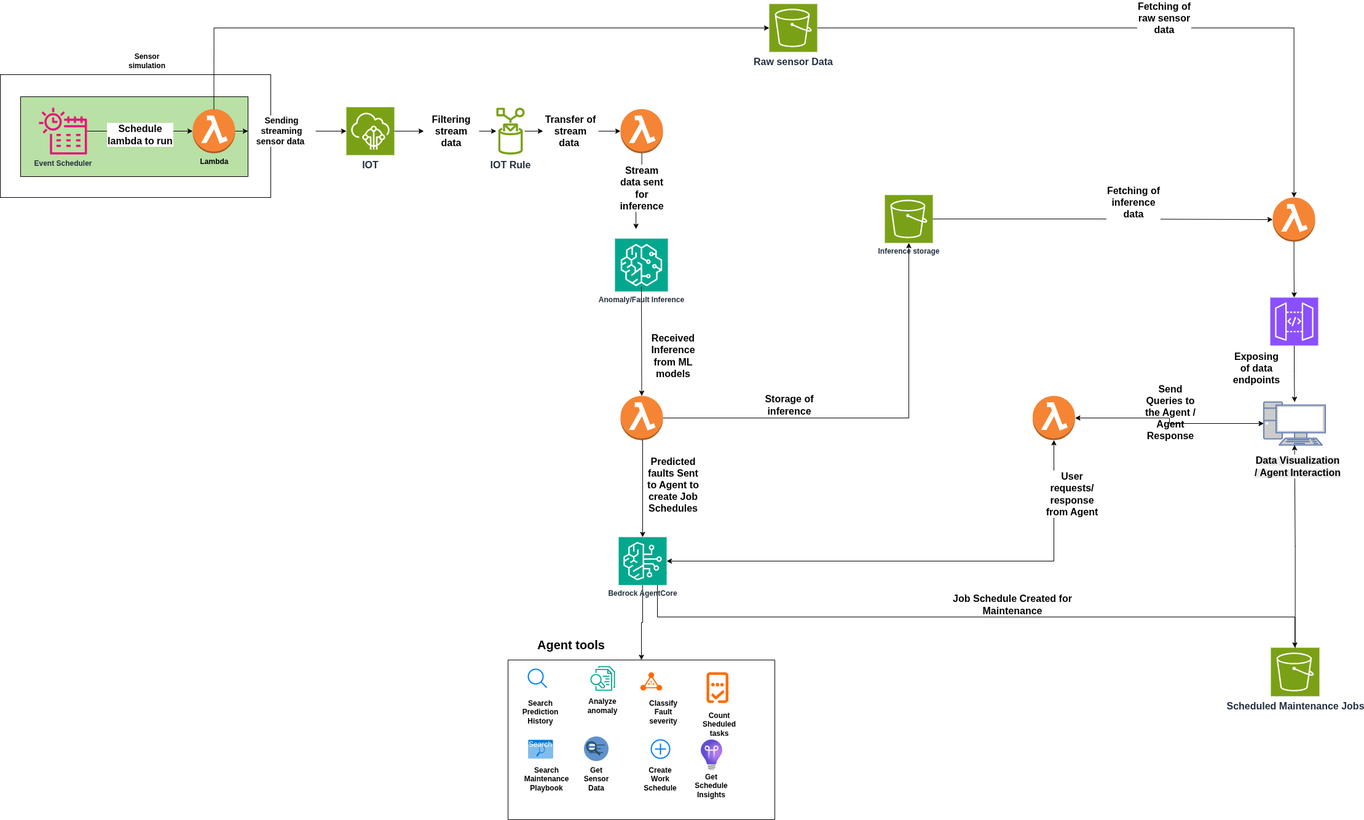
This is ReLU.drawio.png from Lay-ke/IoT_Project_Team_ReLU, a draw.io export, as it was before one commit. Source tidied: cells renumbered, new cells last; positions are measured from the earlier drawing's top-left corner, leaving out a move shared by most shapes.
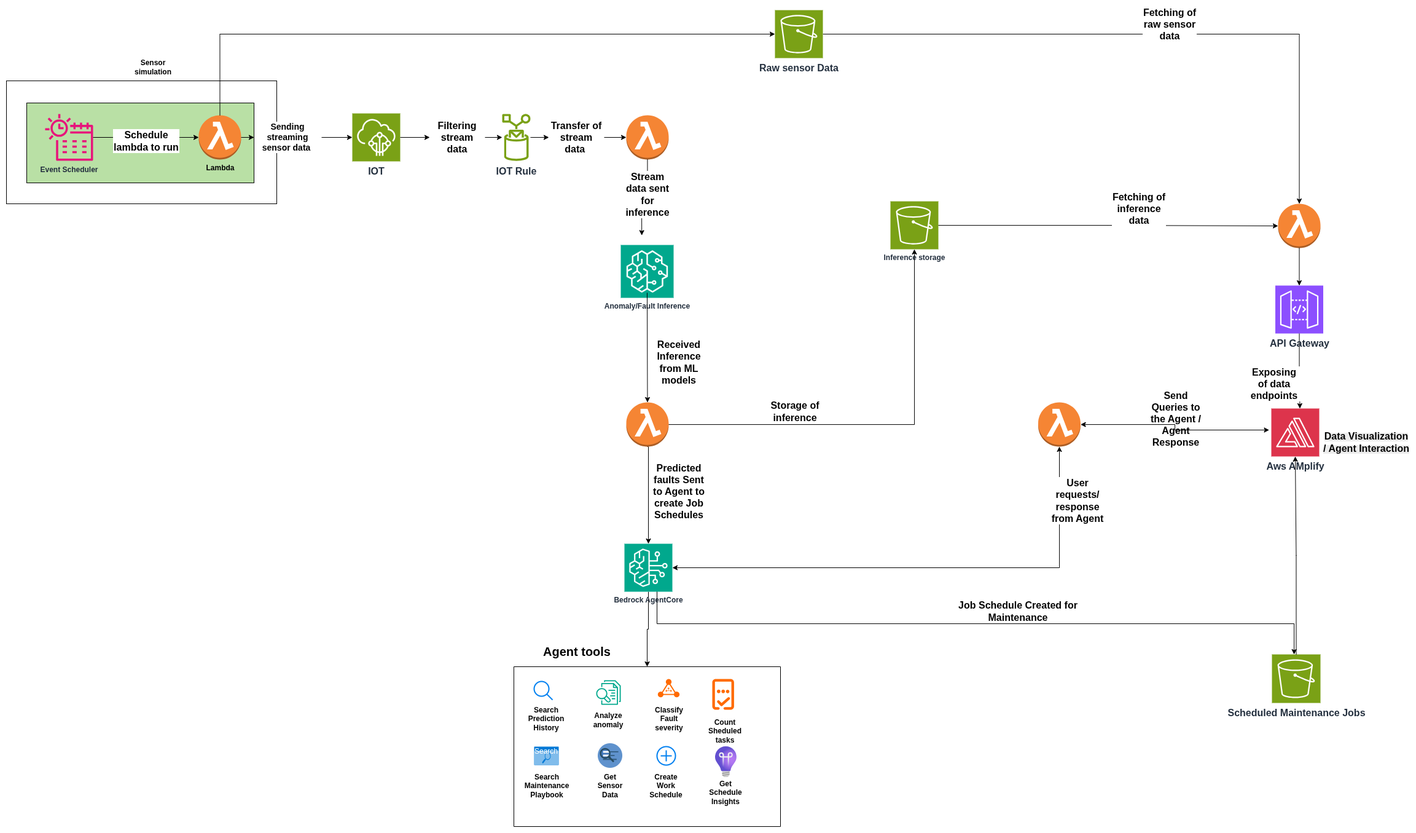
Above is the later version.

What changed in the source:
```diff
@@ -8,12 +8,14 @@
     <mxCell id="3" style="edgeStyle=orthogonalEdgeStyle;rounded=0;jettySize=auto;html=1;entryX=0.5;entryY=0;entryDx=0;entryDy=0;" parent="1" edge="1" source="5" target="56">
       <mxGeometry relative="1" as="geometry" />
     </mxCell>
-    <mxCell id="4" style="edgeStyle=orthogonalEdgeStyle;rounded=0;jettySize=auto;html=1;exitX=1;exitY=0.75;exitDx=0;exitDy=0;exitPerimeter=0;" parent="1" edge="1" source="5" target="40">
+    <mxCell id="4" style="edgeStyle=orthogonalEdgeStyle;rounded=0;orthogonalLoop=1;jettySize=auto;html=1;exitX=1;exitY=0.75;exitDx=0;exitDy=0;exitPerimeter=0;" parent="1" edge="1">
       <mxGeometry relative="1" as="geometry">
+        <mxPoint x="1074" y="926.5" as="sourcePoint" />
+        <mxPoint x="2096.1" y="1048" as="targetPoint" />
         <Array as="points">
-          <mxPoint x="1069" y="927" />
-          <mxPoint x="1069" y="998" />
-          <mxPoint x="2106" y="998" />
+          <mxPoint x="1059" y="927" />
+          <mxPoint x="1059" y="998" />
+          <mxPoint x="2096" y="998" />
         </Array>
       </mxGeometry>
     </mxCell>
@@ -83,9 +85,6 @@
     <mxCell id="24" style="outlineConnect=0;dashed=0;verticalLabelPosition=bottom;verticalAlign=top;align=center;html=1;shape=mxgraph.aws3.lambda_function;fillColor=#F58534;gradientColor=none;" parent="1" vertex="1">
       <mxGeometry x="1679.5" y="638" width="69" height="72" as="geometry" />
     </mxCell>
-    <mxCell id="25" style="fontColor=#0066CC;verticalAlign=top;verticalLabelPosition=bottom;labelPosition=center;align=center;html=1;outlineConnect=0;fillColor=#CCCCCC;strokeColor=#6881B3;gradientColor=none;gradientDirection=north;strokeWidth=2;shape=mxgraph.networks.pc;" parent="1" vertex="1">
-      <mxGeometry x="2055.5" y="648" width="100" height="70" as="geometry" />
-    </mxCell>
     <mxCell id="26" style="edgeStyle=orthogonalEdgeStyle;rounded=0;jettySize=auto;html=1;entryX=0.479;entryY=-0.009;entryDx=0;entryDy=0;entryPerimeter=0;" parent="1" edge="1" source="6" target="27">
       <mxGeometry relative="1" as="geometry" />
     </mxCell>
@@ -132,8 +131,10 @@
         </Array>
       </mxGeometry>
     </mxCell>
-    <mxCell id="37" style="edgeStyle=orthogonalEdgeStyle;rounded=0;jettySize=auto;html=1;entryX=0;entryY=0.5;entryDx=0;entryDy=0;entryPerimeter=0;startArrow=classic;startFill=1;endArrow=classic;endFill=1;" parent="1" edge="1" source="24" target="25">
-      <mxGeometry relative="1" as="geometry" />
+    <mxCell id="37" style="edgeStyle=orthogonalEdgeStyle;rounded=0;jettySize=auto;html=1;entryX=0;entryY=0.5;entryDx=0;entryDy=0;entryPerimeter=0;startArrow=classic;startFill=1;endArrow=classic;endFill=1;" parent="1" edge="1" source="24">
+      <mxGeometry relative="1" as="geometry">
+        <mxPoint x="2055.5" y="683" as="targetPoint" />
+      </mxGeometry>
     </mxCell>
     <mxCell id="38" style="edgeStyle=orthogonalEdgeStyle;rounded=0;jettySize=auto;html=1;entryX=0.5;entryY=1;entryDx=0;entryDy=0;entryPerimeter=0;exitX=1;exitY=0.5;exitDx=0;exitDy=0;exitPerimeter=0;startArrow=classic;startFill=1;" parent="1" edge="1" source="5" target="24">
       <mxGeometry relative="1" as="geometry">
@@ -146,11 +147,8 @@
       <mxGeometry x="1699" y="783" width="90" height="30" as="geometry" />
     </mxCell>
     <mxCell id="40" value="&lt;b&gt;&lt;font style=&quot;font-size: 16px;&quot;&gt;Scheduled Maintenance Jobs&lt;/font&gt;&lt;/b&gt;" style="sketch=0;points=[[0,0,0],[0.25,0,0],[0.5,0,0],[0.75,0,0],[1,0,0],[0,1,0],[0.25,1,0],[0.5,1,0],[0.75,1,0],[1,1,0],[0,0.25,0],[0,0.5,0],[0,0.75,0],[1,0.25,0],[1,0.5,0],[1,0.75,0]];outlineConnect=0;fontColor=#232F3E;fillColor=#7AA116;strokeColor=#ffffff;dashed=0;verticalLabelPosition=bottom;verticalAlign=top;align=center;html=1;fontSize=12;fontStyle=0;shape=mxgraph.aws4.resourceIcon;resIcon=mxgraph.aws4.s3;" parent="1" vertex="1">
-      <mxGeometry x="2067" y="1048" width="79" height="79" as="geometry" />
+      <mxGeometry x="2060" y="1048" width="79" height="79" as="geometry" />
     </mxCell>
-    <mxCell id="41" style="edgeStyle=orthogonalEdgeStyle;rounded=0;jettySize=auto;html=1;entryX=0.5;entryY=1;entryDx=0;entryDy=0;entryPerimeter=0;" parent="1" edge="1" source="40" target="25">
-      <mxGeometry relative="1" as="geometry" />
-    </mxCell>
     <mxCell id="42" style="edgeStyle=orthogonalEdgeStyle;rounded=0;jettySize=auto;html=1;" parent="1" edge="1" source="43" target="48">
       <mxGeometry relative="1" as="geometry" />
     </mxCell>
@@ -161,7 +159,7 @@
       <mxGeometry x="1532" y="963" width="230" height="30" as="geometry" />
     </mxCell>
     <mxCell id="45" value="&lt;b style=&quot;color: rgb(0, 102, 204); text-wrap-mode: nowrap; background-color: rgb(236, 236, 236);&quot;&gt;&lt;font style=&quot;color: rgb(0, 0, 0); font-size: 16px;&quot;&gt;Data Visualization&lt;br&gt;/ Agent Interaction&lt;/font&gt;&lt;/b&gt;" style="text;html=1;align=center;verticalAlign=middle;whiteSpace=wrap;rounded=0;labelBackgroundColor=default;" parent="1" vertex="1">
-      <mxGeometry x="2066" y="738" width="90" height="30" as="geometry" />
+      <mxGeometry x="2169" y="688" width="90" height="30" as="geometry" />
     </mxCell>
     <mxCell id="46" style="edgeStyle=orthogonalEdgeStyle;rounded=0;orthogonalLoop=1;jettySize=auto;html=1;exitX=0.5;exitY=1;exitDx=0;exitDy=0;entryX=0.507;entryY=0.533;entryDx=0;entryDy=0;entryPerimeter=0;" parent="1" edge="1" source="74" target="74">
       <mxGeometry relative="1" as="geometry" />
@@ -179,11 +177,13 @@
     <mxCell id="49" style="edgeStyle=orthogonalEdgeStyle;rounded=0;jettySize=auto;html=1;entryX=0;entryY=0.5;entryDx=0;entryDy=0;entryPerimeter=0;" parent="1" edge="1" source="31" target="48">
       <mxGeometry relative="1" as="geometry" />
     </mxCell>
-    <mxCell id="50" style="edgeStyle=orthogonalEdgeStyle;rounded=0;jettySize=auto;html=1;" parent="1" edge="1" source="51" target="25">
-      <mxGeometry relative="1" as="geometry" />
+    <mxCell id="50" style="edgeStyle=orthogonalEdgeStyle;rounded=0;jettySize=auto;html=1;" parent="1" edge="1" source="51">
+      <mxGeometry relative="1" as="geometry">
+        <mxPoint x="2105.5" y="648" as="targetPoint" />
+      </mxGeometry>
     </mxCell>
-    <mxCell id="51" style="sketch=0;points=[[0,0,0],[0.25,0,0],[0.5,0,0],[0.75,0,0],[1,0,0],[0,1,0],[0.25,1,0],[0.5,1,0],[0.75,1,0],[1,1,0],[0,0.25,0],[0,0.5,0],[0,0.75,0],[1,0.25,0],[1,0.5,0],[1,0.75,0]];outlineConnect=0;fontColor=#232F3E;fillColor=#8C4FFF;strokeColor=#ffffff;dashed=0;verticalLabelPosition=bottom;verticalAlign=top;align=center;html=1;fontSize=12;fontStyle=0;shape=mxgraph.aws4.resourceIcon;resIcon=mxgraph.aws4.api_gateway;" parent="1" vertex="1">
-      <mxGeometry x="2066" y="478" width="78" height="78" as="geometry" />
+    <mxCell id="51" value="&lt;b&gt;&lt;font style=&quot;font-size: 16px;&quot;&gt;API Gateway&lt;/font&gt;&lt;/b&gt;" style="sketch=0;points=[[0,0,0],[0.25,0,0],[0.5,0,0],[0.75,0,0],[1,0,0],[0,1,0],[0.25,1,0],[0.5,1,0],[0.75,1,0],[1,1,0],[0,0.25,0],[0,0.5,0],[0,0.75,0],[1,0.25,0],[1,0.5,0],[1,0.75,0]];outlineConnect=0;fontColor=#232F3E;fillColor=#8C4FFF;strokeColor=#ffffff;dashed=0;verticalLabelPosition=bottom;verticalAlign=top;align=center;html=1;fontSize=12;fontStyle=0;shape=mxgraph.aws4.resourceIcon;resIcon=mxgraph.aws4.api_gateway;" parent="1" vertex="1">
+      <mxGeometry x="2065.5" y="448" width="78" height="78" as="geometry" />
     </mxCell>
     <mxCell id="52" style="edgeStyle=orthogonalEdgeStyle;rounded=0;jettySize=auto;html=1;entryX=0.5;entryY=0;entryDx=0;entryDy=0;entryPerimeter=0;" parent="1" edge="1" source="48" target="51">
       <mxGeometry relative="1" as="geometry" />
@@ -195,22 +195,22 @@
       <mxGeometry x="1799" y="308" width="90" height="30" as="geometry" />
     </mxCell>
     <mxCell id="55" value="&lt;span style=&quot;font-size: 16px;&quot;&gt;&lt;b&gt;Exposing of data endpoints&lt;/b&gt;&lt;/span&gt;" style="text;html=1;align=center;verticalAlign=middle;whiteSpace=wrap;rounded=0;labelBackgroundColor=default;" parent="1" vertex="1">
-      <mxGeometry x="1999" y="578" width="90" height="30" as="geometry" />
+      <mxGeometry x="2019" y="593" width="90" height="30" as="geometry" />
     </mxCell>
     <mxCell id="56" style="swimlane;startSize=0;" parent="1" vertex="1">
       <mxGeometry x="826" y="1068" width="434" height="260" as="geometry" />
     </mxCell>
     <mxCell id="57" value="&lt;b&gt;Get Sensor Data&lt;/b&gt;" style="text;html=1;whiteSpace=wrap;strokeColor=none;fillColor=none;align=center;verticalAlign=middle;rounded=0;" parent="56" vertex="1">
-      <mxGeometry x="114" y="179" width="60" height="30" as="geometry" />
+      <mxGeometry x="127" y="179" width="60" height="30" as="geometry" />
     </mxCell>
     <mxCell id="58" value="&lt;b&gt;Search Prediction History&lt;/b&gt;" style="text;html=1;whiteSpace=wrap;strokeColor=none;fillColor=none;align=center;verticalAlign=middle;rounded=0;" parent="56" vertex="1">
       <mxGeometry x="23" y="70" width="60" height="30" as="geometry" />
     </mxCell>
     <mxCell id="59" value="&lt;b&gt;Analyze anomaly&lt;/b&gt;" style="text;html=1;whiteSpace=wrap;strokeColor=none;fillColor=none;align=center;verticalAlign=middle;rounded=0;" parent="56" vertex="1">
-      <mxGeometry x="124" y="60" width="60" height="30" as="geometry" />
+      <mxGeometry x="124" y="72" width="60" height="30" as="geometry" />
     </mxCell>
     <mxCell id="60" value="&lt;b&gt;Search Maintenance Playbook&lt;/b&gt;" style="text;html=1;whiteSpace=wrap;strokeColor=none;fillColor=none;align=center;verticalAlign=middle;rounded=0;" parent="56" vertex="1">
-      <mxGeometry x="33" y="179" width="60" height="30" as="geometry" />
+      <mxGeometry x="24" y="179" width="60" height="30" as="geometry" />
     </mxCell>
     <mxCell id="61" value="&lt;b&gt;Classify Fault severity&lt;/b&gt;" style="text;html=1;whiteSpace=wrap;strokeColor=none;fillColor=none;align=center;verticalAlign=middle;rounded=0;" parent="56" vertex="1">
       <mxGeometry x="223" y="70" width="60" height="30" as="geometry" />
@@ -222,16 +222,16 @@
       <mxGeometry x="314" y="90" width="60" height="30" as="geometry" />
     </mxCell>
     <mxCell id="64" value="&lt;b&gt;Get Schedule Insights&lt;/b&gt;" style="text;html=1;whiteSpace=wrap;strokeColor=none;fillColor=none;align=center;verticalAlign=middle;rounded=0;" parent="56" vertex="1">
-      <mxGeometry x="301.5" y="190" width="60" height="30" as="geometry" />
+      <mxGeometry x="315.5" y="190" width="60" height="30" as="geometry" />
     </mxCell>
     <mxCell id="65" style="sketch=0;fontColor=#232F3E;gradientColor=none;fillColor=#01A88D;strokeColor=none;dashed=0;verticalLabelPosition=bottom;verticalAlign=top;align=center;html=1;fontSize=12;fontStyle=0;shape=mxgraph.aws4.textract_analyze_lending;" parent="56" vertex="1">
-      <mxGeometry x="134" y="10" width="40" height="40" as="geometry" />
+      <mxGeometry x="134" y="22" width="40" height="40" as="geometry" />
     </mxCell>
     <mxCell id="66" style="html=1;align=center;shadow=0;dashed=0;fillColor=#FF6A00;strokeColor=none;shape=mxgraph.alibaba_cloud.clb_classic_load_balancer_01;" parent="56" vertex="1">
-      <mxGeometry x="215.3" y="20" width="35.4" height="30" as="geometry" />
+      <mxGeometry x="234.3" y="20" width="35.4" height="30" as="geometry" />
     </mxCell>
     <mxCell id="67" style="html=1;verticalLabelPosition=bottom;align=center;labelBackgroundColor=#ffffff;verticalAlign=top;strokeWidth=2;strokeColor=#0080F0;shadow=0;dashed=0;shape=mxgraph.ios7.icons.looking_glass;" parent="56" vertex="1">
-      <mxGeometry x="33" y="15" width="30" height="30" as="geometry" />
+      <mxGeometry x="33" y="24" width="30" height="30" as="geometry" />
     </mxCell>
     <mxCell id="68" style="html=1;align=center;shadow=0;dashed=0;fillColor=#FF6A00;strokeColor=none;shape=mxgraph.alibaba_cloud.pnvs_phone_number_verification_service;" parent="56" vertex="1">
       <mxGeometry x="323" y="19.9" width="35.4" height="50.1" as="geometry" />
@@ -240,13 +240,13 @@
       <mxGeometry x="33" y="130" width="40" height="30" as="geometry" />
     </mxCell>
     <mxCell id="70" style="image;perimeter=ellipsePerimeter;html=1;align=center;shadow=0;dashed=0;fontColor=#4277BB;labelBackgroundColor=default;fontSize=12;spacingTop=3;image=img/lib/ibm/miscellaneous/retrieve_rank.svg;" parent="56" vertex="1">
-      <mxGeometry x="124" y="125" width="40" height="40" as="geometry" />
+      <mxGeometry x="137" y="125" width="40" height="40" as="geometry" />
     </mxCell>
     <mxCell id="71" style="html=1;verticalLabelPosition=bottom;align=center;labelBackgroundColor=#ffffff;verticalAlign=top;strokeWidth=2;strokeColor=#0080F0;shadow=0;dashed=0;shape=mxgraph.ios7.icons.add;" parent="56" vertex="1">
       <mxGeometry x="233" y="130" width="30" height="30" as="geometry" />
     </mxCell>
     <mxCell id="72" style="image;html=1;align=center;fontSize=12;image=img/lib/azure2/devops/Application_Insights.svg;" parent="56" vertex="1">
-      <mxGeometry x="314" y="130" width="34.9" height="50" as="geometry" />
+      <mxGeometry x="328" y="130" width="34.9" height="50" as="geometry" />
     </mxCell>
     <mxCell id="73" style="edgeStyle=orthogonalEdgeStyle;rounded=0;jettySize=auto;html=1;" parent="1" edge="1" source="8" target="74">
       <mxGeometry relative="1" as="geometry" />
@@ -257,5 +257,11 @@
     <mxCell id="75" value="&lt;b&gt;&lt;font style=&quot;font-size: 20px;&quot;&gt;Agent tools&lt;/font&gt;&lt;/b&gt;" style="text;html=1;whiteSpace=wrap;strokeColor=none;fillColor=none;align=center;verticalAlign=middle;rounded=0;" parent="1" vertex="1">
       <mxGeometry x="869" y="1028" width="120" height="30" as="geometry" />
     </mxCell>
+    <mxCell id="76" value="&lt;b&gt;&lt;font style=&quot;font-size: 16px;&quot;&gt;Aws AMplify&lt;/font&gt;&lt;/b&gt;" style="sketch=0;points=[[0,0,0],[0.25,0,0],[0.5,0,0],[0.75,0,0],[1,0,0],[0,1,0],[0.25,1,0],[0.5,1,0],[0.75,1,0],[1,1,0],[0,0.25,0],[0,0.5,0],[0,0.75,0],[1,0.25,0],[1,0.5,0],[1,0.75,0]];outlineConnect=0;fontColor=#232F3E;fillColor=#DD344C;strokeColor=#ffffff;dashed=0;verticalLabelPosition=bottom;verticalAlign=top;align=center;html=1;fontSize=12;fontStyle=0;shape=mxgraph.aws4.resourceIcon;resIcon=mxgraph.aws4.amplify;" parent="1" vertex="1">
+      <mxGeometry x="2059" y="648" width="78" height="78" as="geometry" />
+    </mxCell>
+    <mxCell id="77" style="edgeStyle=orthogonalEdgeStyle;rounded=0;jettySize=auto;html=1;exitX=0.5;exitY=0;exitDx=0;exitDy=0;exitPerimeter=0;entryX=0.5;entryY=1;entryDx=0;entryDy=0;entryPerimeter=0;" parent="1" edge="1" source="40" target="76">
+      <mxGeometry relative="1" as="geometry" />
+    </mxCell>
   </root>
 </mxGraphModel>
```
